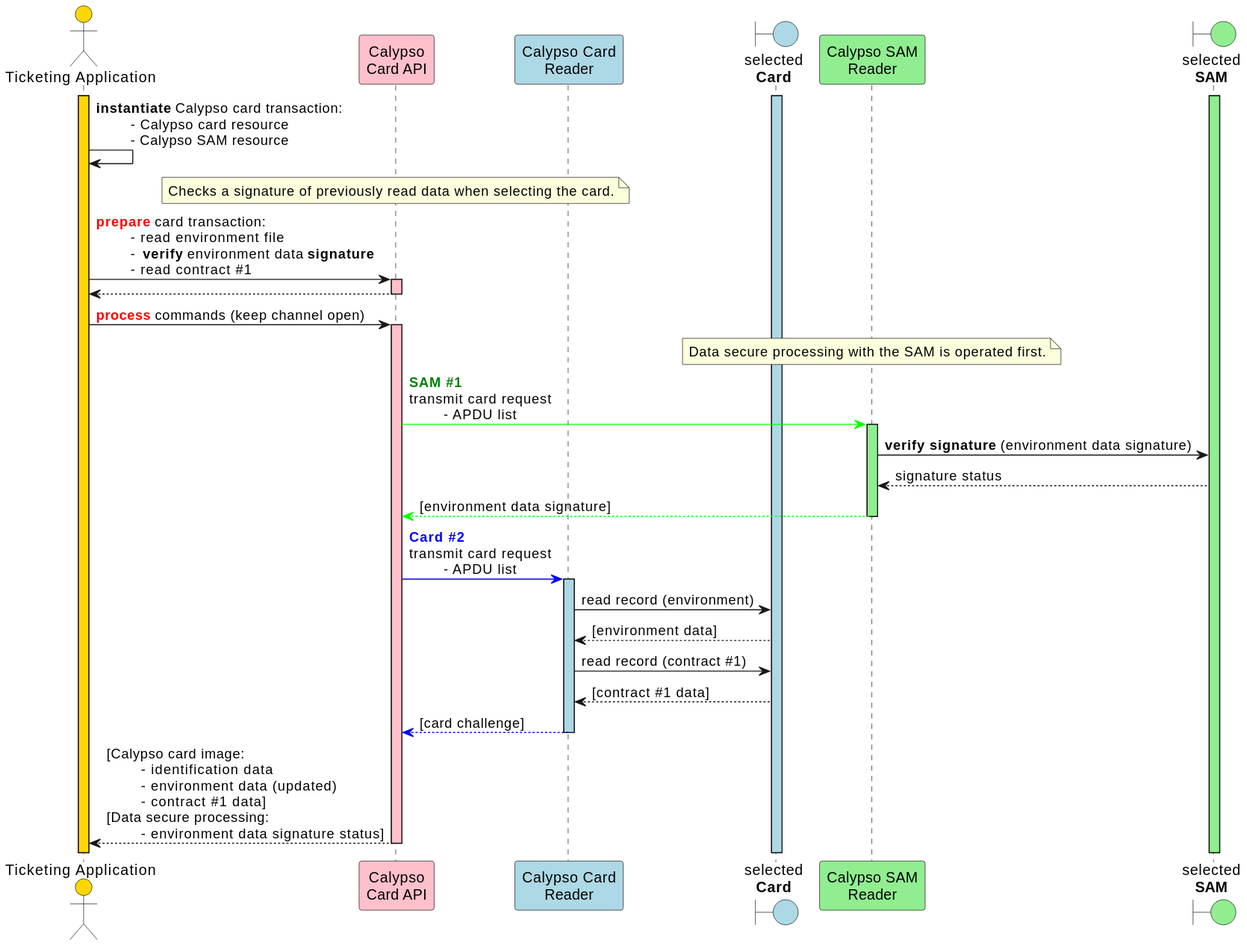
This is static/media/specifications/calypso_transaction_DSP_outside_session_sequence_diagram.svg from calypsonet/calypsonet-terminal-api-website, a PlantUML export, as it was before one commit.
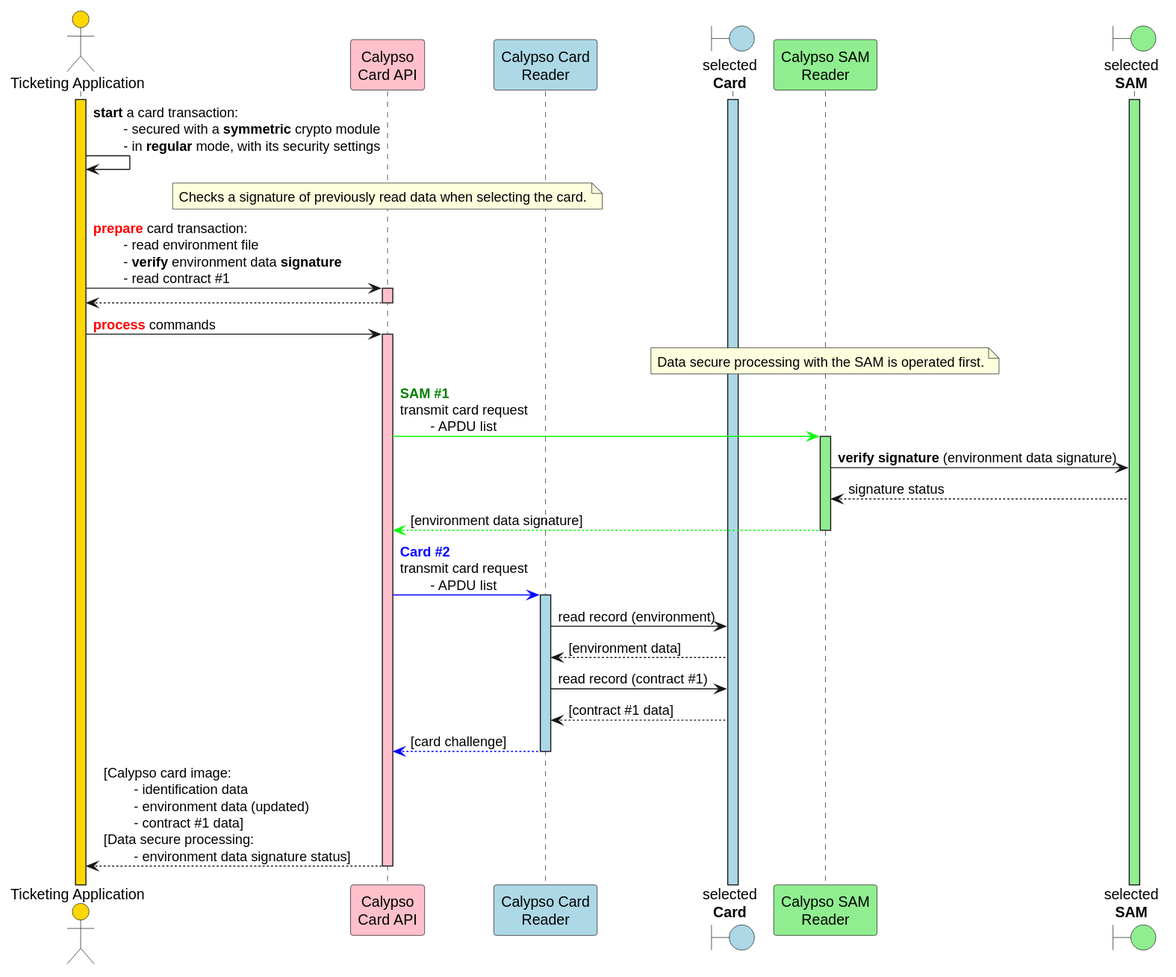
The same file after the commit.

Change to the diagram source:
```diff
@@ -41,7 +41,7 @@
 activate card #lightBlue
 activate sam #lightGreen
 
-app->app: **instantiate** Calypso card transaction:\n\t- Calypso card resource\n\t- Calypso SAM resource
+app->app: **start** a card transaction:\n\t- secured with a **symmetric** crypto module\n\t- in **regular** mode, with its security settings
 
 note over capi
     Checks a signature of previously read data when selecting the card.
@@ -52,7 +52,7 @@
 capi-->app
 deactivate capi
 
-app->capi: <font color=red>**process**</font> commands (keep channel open)
+app->capi: <font color=red>**process**</font> commands
 activate capi  #pink
 
 note over samReader
```
